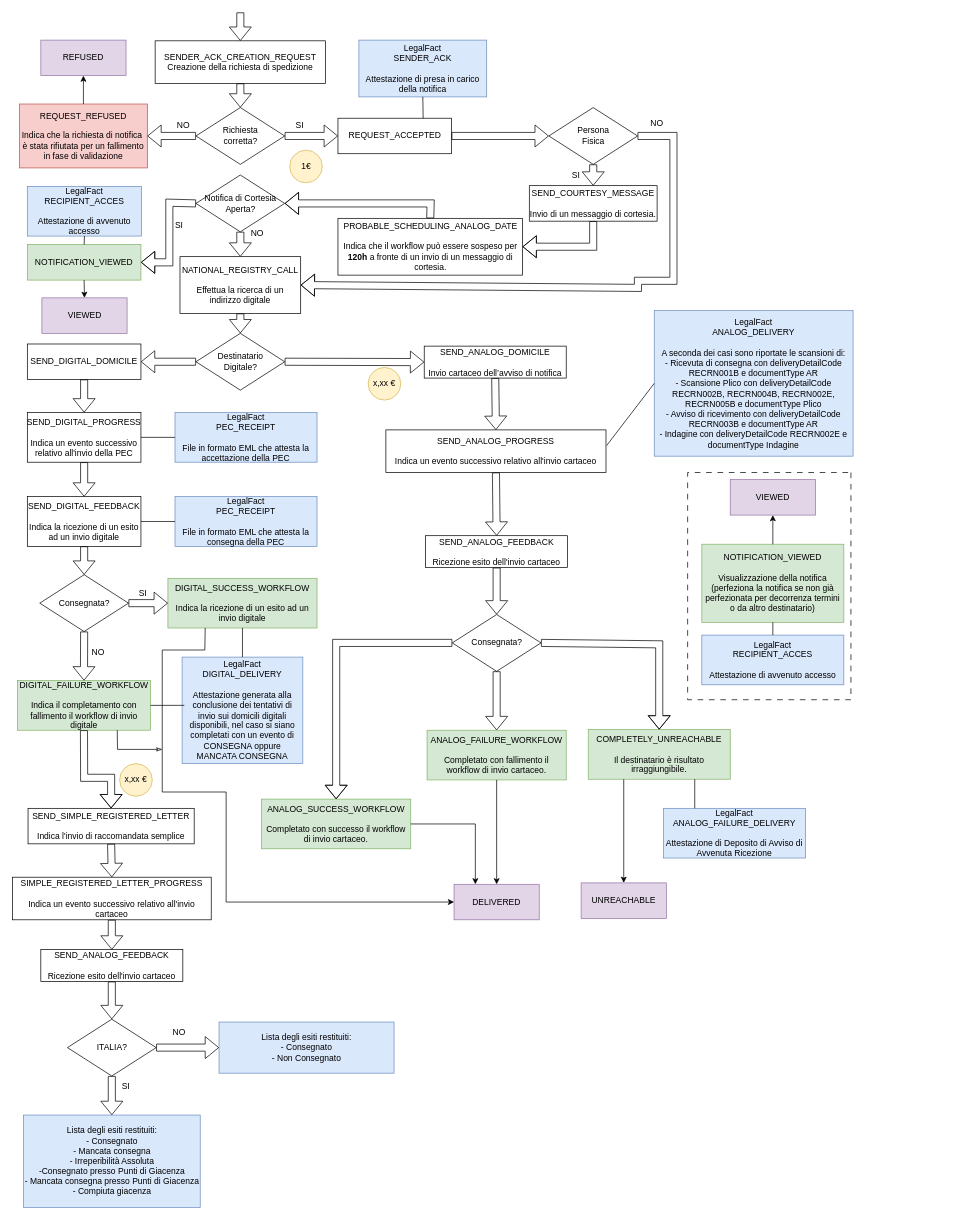
This is page "Spedizione" (5 of 5) of Easy Notification.drawio from marcogarbujoabaco/drawio, a draw.io file, before an edit. Source tidied: cells renumbered, new cells numbered last; positions are measured from the earlier drawing's top-left corner, leaving out a move shared by most shapes. Both pictures are drawn from the tidied source at 71%, with x=0, y=0 at pixel (12, 12).
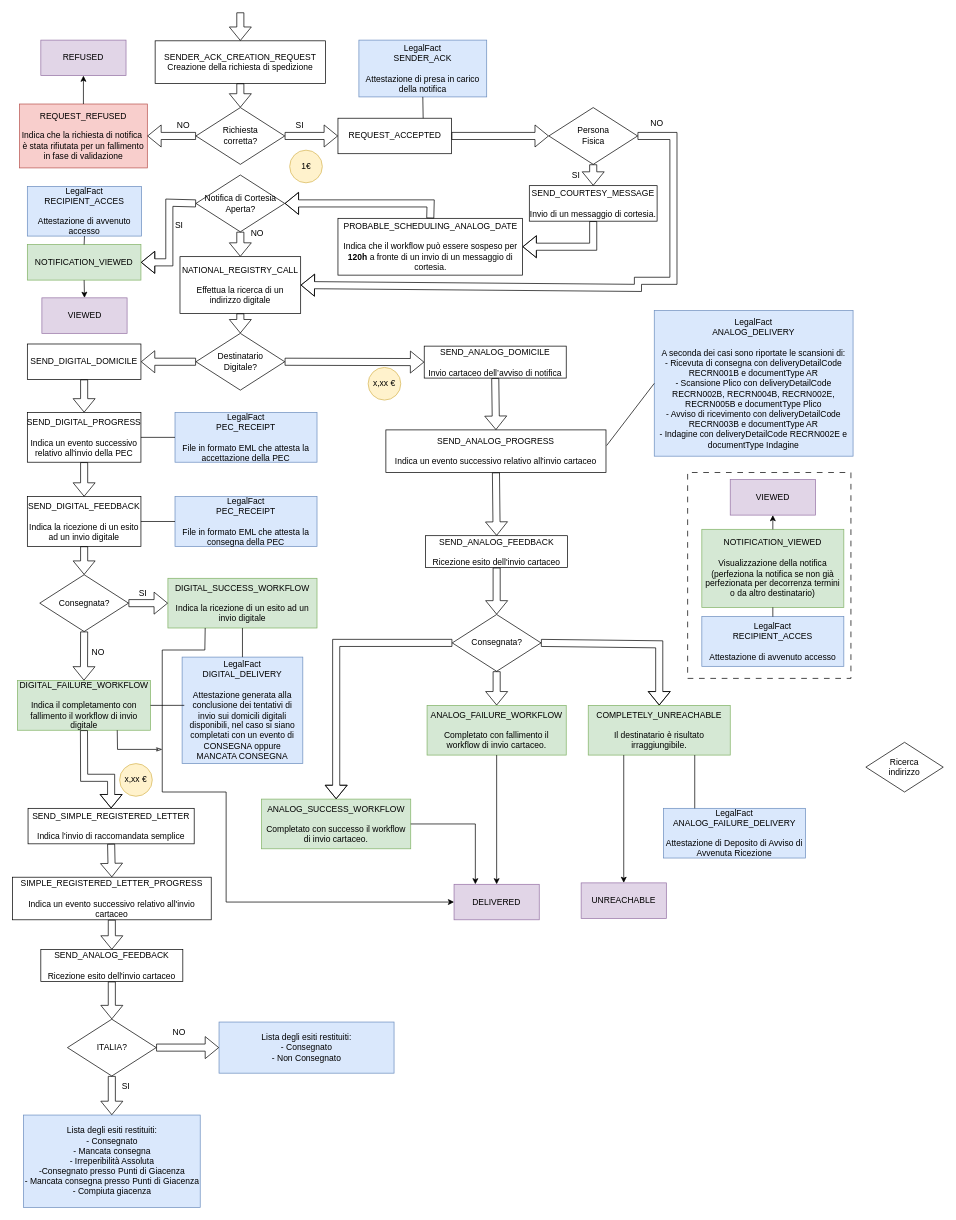
Above is the later version.

The edit, as a diff of the source:
```diff
@@
     <mxCell id="2" style="rounded=0;whiteSpace=wrap;html=1;fillColor=none;dashed=1;dashPattern=8 8;direction=south;" parent="1" vertex="1">
-      <mxGeometry x="951" y="648" width="230" height="320" as="geometry" />
+      <mxGeometry x="951" y="648" width="230" height="290" as="geometry" />
     </mxCell>
@@
     <mxCell id="19" value="ANALOG_FAILURE_WORKFLOW&lt;div&gt;&lt;br&gt;&lt;/div&gt;&lt;div&gt;Completato con fallimento il workflow di invio cartaceo.&lt;/div&gt;" style="rounded=0;whiteSpace=wrap;html=1;fillColor=#d5e8d4;strokeColor=#82b366;" parent="1" vertex="1">
-      <mxGeometry x="584" y="1011" width="196" height="70" as="geometry" />
+      <mxGeometry x="584" y="976" width="196" height="70" as="geometry" />
     </mxCell>
     <mxCell id="20" value="COMPLETELY_UNREACHABLE&lt;div&gt;&lt;br&gt;&lt;/div&gt;&lt;div&gt;Il destinatario è risultato irraggiungibile.&lt;/div&gt;" style="rounded=0;whiteSpace=wrap;html=1;fillColor=#d5e8d4;strokeColor=#82b366;" parent="1" vertex="1">
-      <mxGeometry x="811" y="1010" width="200" height="70" as="geometry" />
+      <mxGeometry x="811" y="976" width="200" height="70" as="geometry" />
     </mxCell>
@@
     <mxCell id="22" value="NOTIFICATION_VIEWED&lt;div&gt;&lt;br&gt;&lt;/div&gt;&lt;div&gt;Visualizzazione della notifica (perfeziona la notifica se non già perfezionata per decorrenza termini o da altro destinatario)&lt;/div&gt;" style="rounded=0;whiteSpace=wrap;html=1;fillColor=#d5e8d4;strokeColor=#82b366;" parent="1" vertex="1">
-      <mxGeometry x="971" y="749" width="200" height="110" as="geometry" />
+      <mxGeometry x="971" y="728" width="200" height="110" as="geometry" />
     </mxCell>
     <mxCell id="23" value="LegalFact&lt;div&gt;&lt;div&gt;RECIPIENT_ACCES&lt;/div&gt;&lt;div&gt;&lt;br&gt;&lt;/div&gt;&lt;div&gt;Attestazione di avvenuto accesso&lt;/div&gt;&lt;/div&gt;" style="rounded=0;whiteSpace=wrap;html=1;fillColor=#dae8fc;strokeColor=#6c8ebf;" parent="1" vertex="1">
-      <mxGeometry x="971" y="877" width="200" height="70" as="geometry" />
+      <mxGeometry x="971" y="851" width="200" height="70" as="geometry" />
     </mxCell>
@@
+    <mxCell id="108" value="Ricerca&lt;div&gt;indirizzo&lt;/div&gt;" style="rhombus;whiteSpace=wrap;html=1;" parent="1" vertex="1">
+      <mxGeometry x="1202" y="1028" width="109" height="70" as="geometry" />
+    </mxCell>
```
